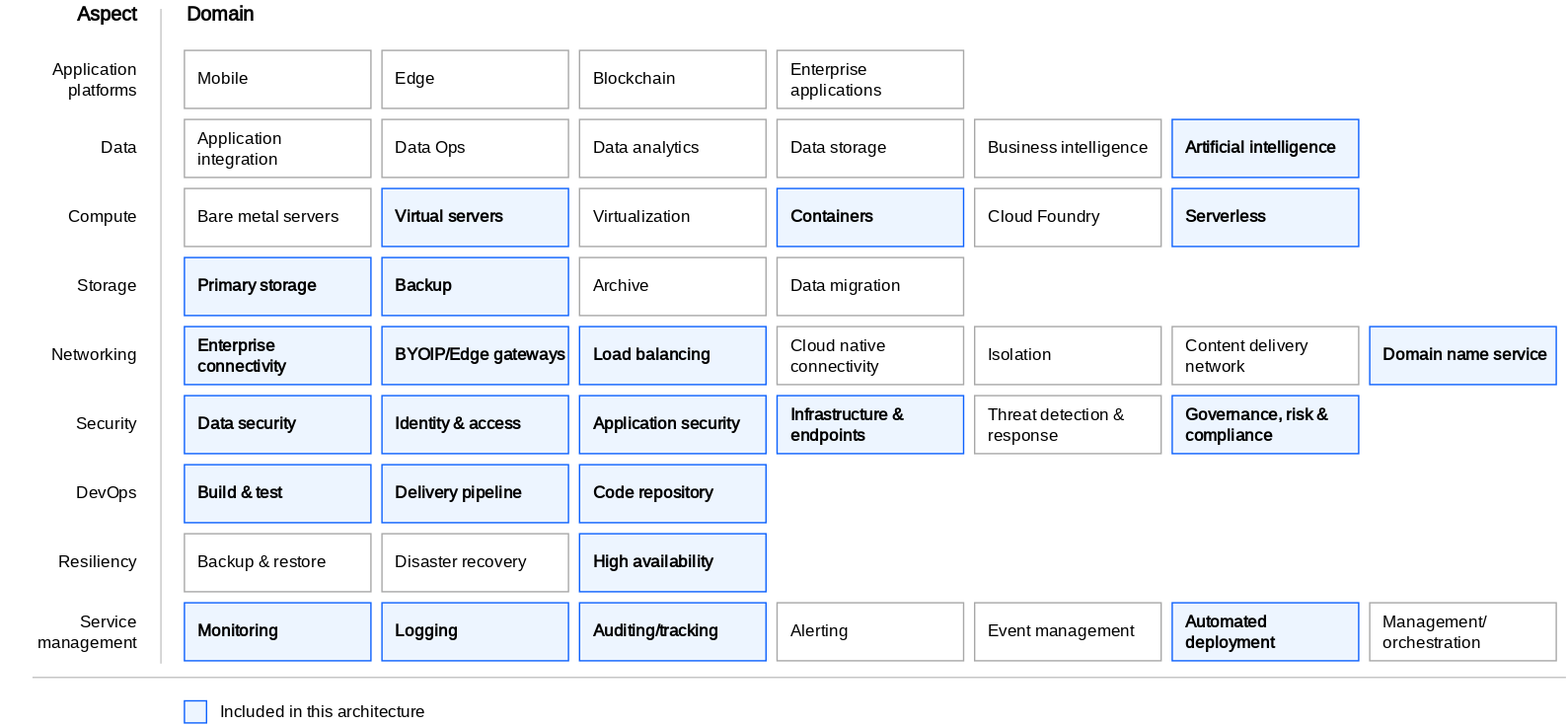
Above: heatmap.drawio-v2.svg in ibm-cloud-docs/pattern-genai-rag (draw.io), before the change. Source tidied: cells renumbered, new cells last; positions are measured from the earlier drawing's top-left corner, leaving out a move shared by most shapes.
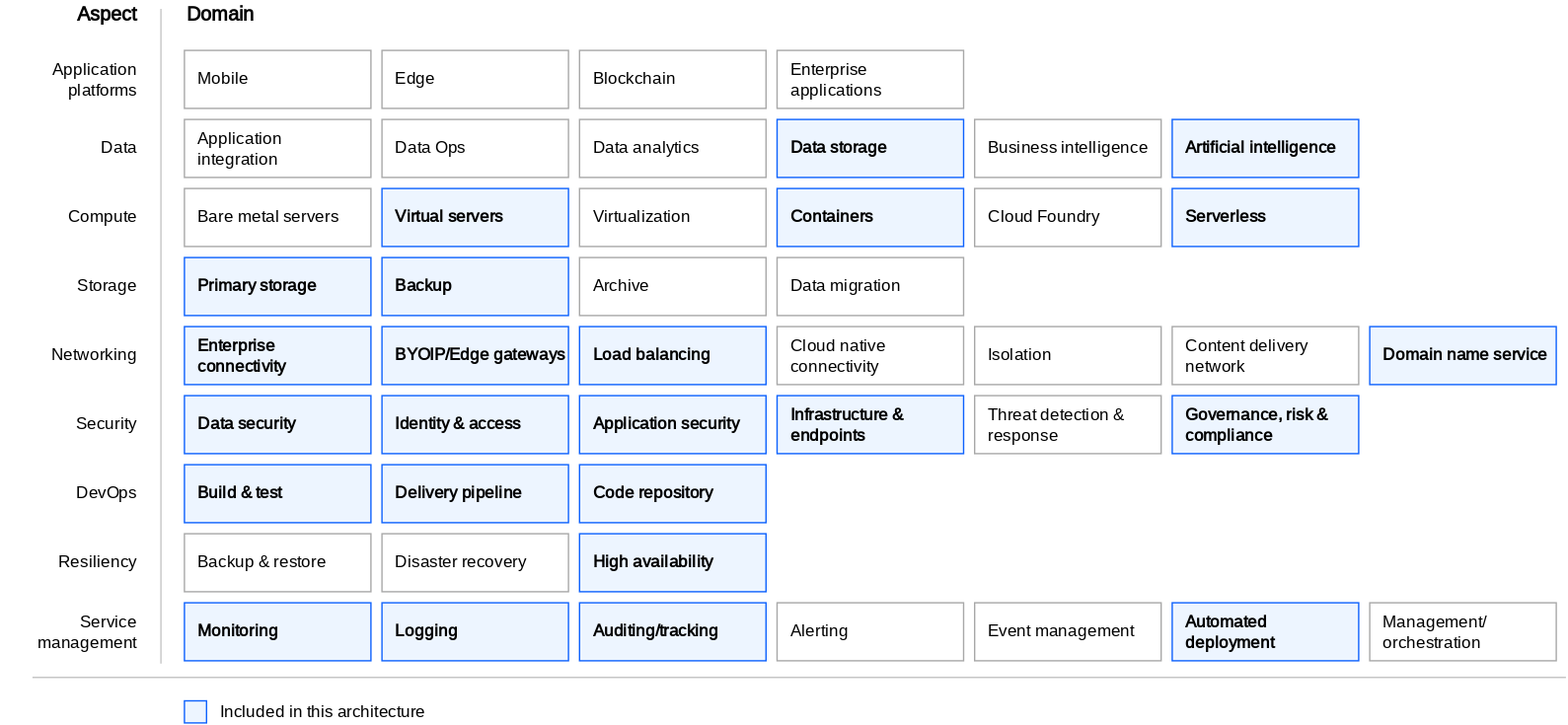
After the change.

What changed in the source:
```diff
@@ -44,7 +44,7 @@
     <mxCell id="15" value="Data analytics" style="rounded=0;whiteSpace=wrap;html=1;strokeColor=#A8A8A8;align=left;spacingLeft=8;fontFamily=IBM Plex Sans;fillColor=default;fontStyle=0;" parent="1" vertex="1">
       <mxGeometry x="419" y="86" width="135" height="42" as="geometry" />
     </mxCell>
-    <mxCell id="16" value="Data storage" style="rounded=0;whiteSpace=wrap;html=1;strokeColor=#A8A8A8;align=left;spacingLeft=8;fontFamily=IBM Plex Sans;fillColor=default;fontStyle=0;verticalAlign=middle;fontSize=12;fontColor=default;" parent="1" vertex="1">
+    <mxCell id="16" value="Data storage" style="rounded=0;whiteSpace=wrap;html=1;strokeColor=#0E62FD;align=left;spacingLeft=8;fontFamily=IBM Plex Sans;fillColor=#EDF5FF;fontStyle=1;verticalAlign=middle;fontSize=12;fontColor=default;" parent="1" vertex="1">
       <mxGeometry x="562" y="86" width="135" height="42" as="geometry" />
     </mxCell>
     <mxCell id="17" value="Business intelligence" style="rounded=0;whiteSpace=wrap;html=1;strokeColor=#A8A8A8;align=left;spacingLeft=8;fontFamily=IBM Plex Sans;fillColor=default;fontStyle=0;" parent="1" vertex="1">
```
